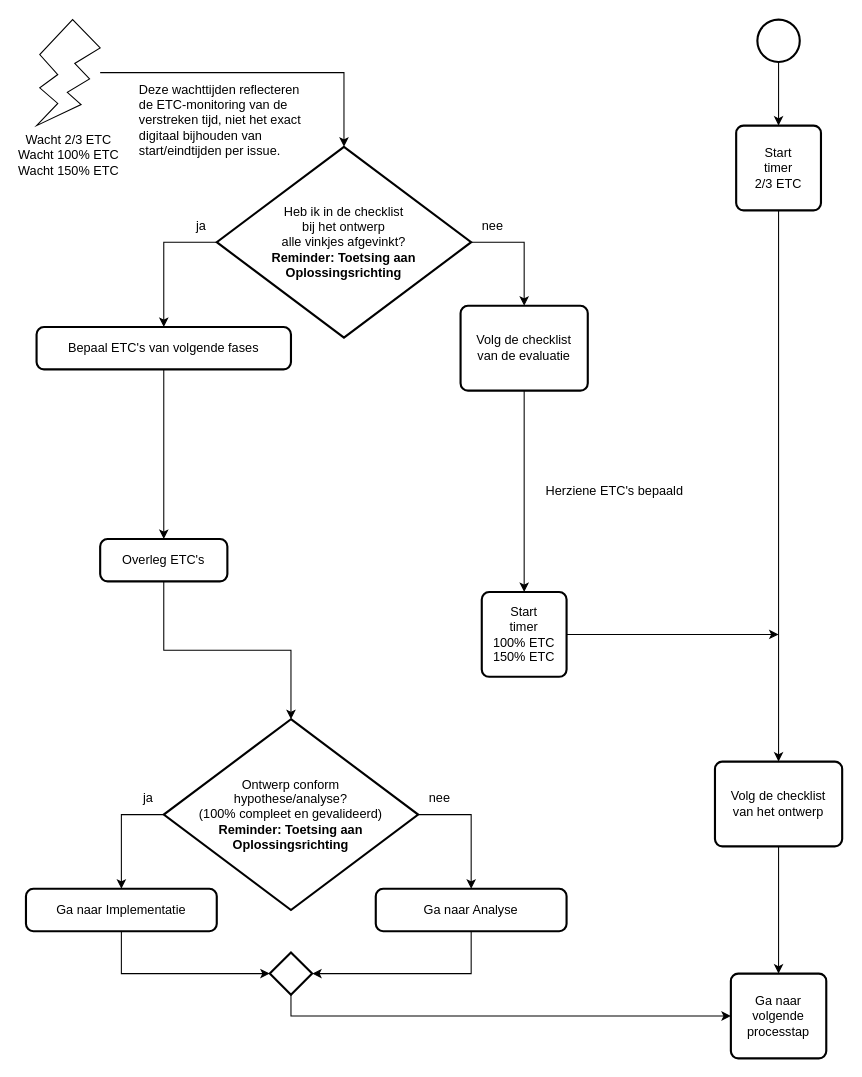
Before: 3 Issue Tracker ontwerp.drawio in Zaibatsu89/IssueTracker, a draw.io diagram. Source tidied: cells renumbered, new cells numbered last; positions are measured from the earlier drawing's top-left corner, leaving out a move shared by most shapes. Both pictures are drawn from the tidied source at 106%, with x=0, y=0 at pixel (25, 19).
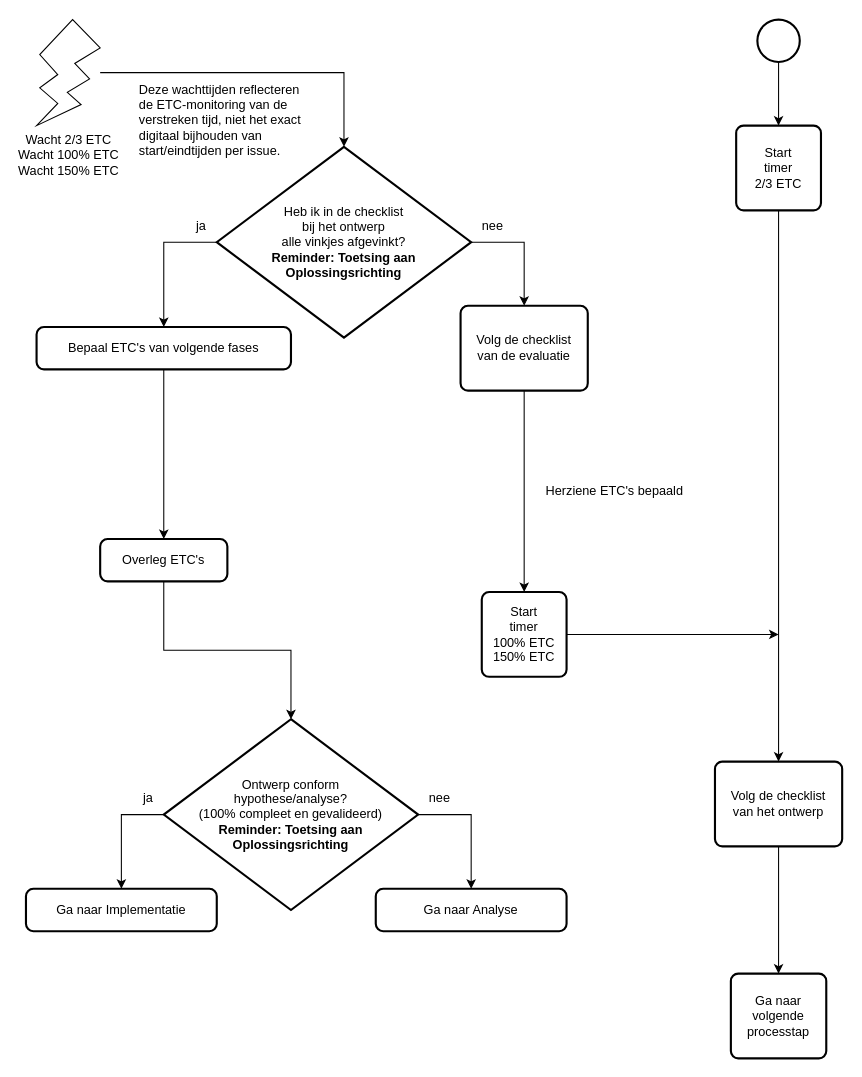
The same diagram, later.

Unchanged cells that the change refers to:
```xml
<mxCell id="10" value="Ga naar Implementatie" style="rounded=1;whiteSpace=wrap;html=1;absoluteArcSize=1;arcSize=14;strokeWidth=2;" parent="1" vertex="1">
  <mxGeometry y="820" width="180" height="40" as="geometry" />
</mxCell>
<mxCell id="15" value="Ga naar Analyse" style="rounded=1;whiteSpace=wrap;html=1;absoluteArcSize=1;arcSize=14;strokeWidth=2;" parent="1" vertex="1">
  <mxGeometry x="330" y="820" width="180" height="40" as="geometry" />
</mxCell>
<mxCell id="32" value="Ga naar&lt;br&gt;volgende&lt;br&gt;processtap" style="rounded=1;whiteSpace=wrap;html=1;absoluteArcSize=1;arcSize=14;strokeWidth=2;" parent="1" vertex="1">
  <mxGeometry x="665" y="900" width="90" height="80" as="geometry" />
</mxCell>
```

Diff of the diagram source:
```diff
@@
-    <mxCell id="23" style="strokeWidth=2;html=1;shape=mxgraph.flowchart.decision;whiteSpace=wrap;" parent="1" vertex="1">
-      <mxGeometry x="230" y="880" width="40" height="40" as="geometry" />
-    </mxCell>
-    <mxCell id="24" style="edgeStyle=orthogonalEdgeStyle;rounded=0;jettySize=auto;html=1;exitX=0.5;exitY=1;exitDx=0;exitDy=0;entryX=0;entryY=0.5;entryDx=0;entryDy=0;entryPerimeter=0;" parent="1" edge="1" source="10" target="23">
-      <mxGeometry relative="1" as="geometry" />
-    </mxCell>
-    <mxCell id="25" style="edgeStyle=orthogonalEdgeStyle;rounded=0;jettySize=auto;html=1;entryX=1;entryY=0.5;entryDx=0;entryDy=0;entryPerimeter=0;exitX=0.5;exitY=1;exitDx=0;exitDy=0;" parent="1" edge="1" source="15" target="23">
-      <mxGeometry relative="1" as="geometry">
-        <Array as="points">
-          <mxPoint x="420" y="900" />
-        </Array>
-      </mxGeometry>
-    </mxCell>
-    <mxCell id="26" style="edgeStyle=orthogonalEdgeStyle;rounded=0;jettySize=auto;html=1;exitX=0.5;exitY=1;exitDx=0;exitDy=0;exitPerimeter=0;entryX=0;entryY=0.5;entryDx=0;entryDy=0;" parent="1" edge="1" source="23" target="32">
-      <mxGeometry relative="1" as="geometry" />
-    </mxCell>
```
